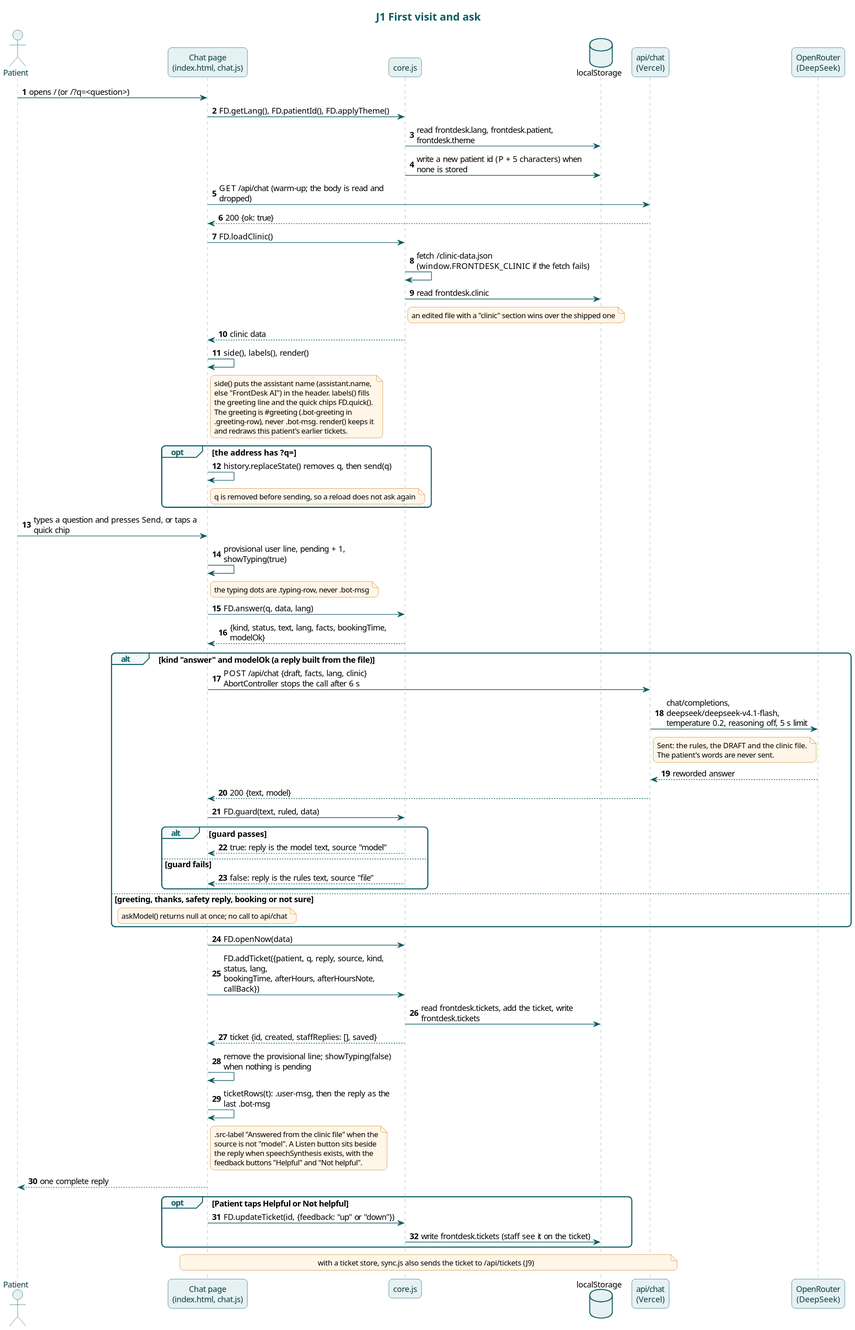
This is docs/diagrams/j1-first-visit-and-ask.svg from karwasanjay007/frontdesk-ai-docs, a PlantUML export, as it was before one commit.
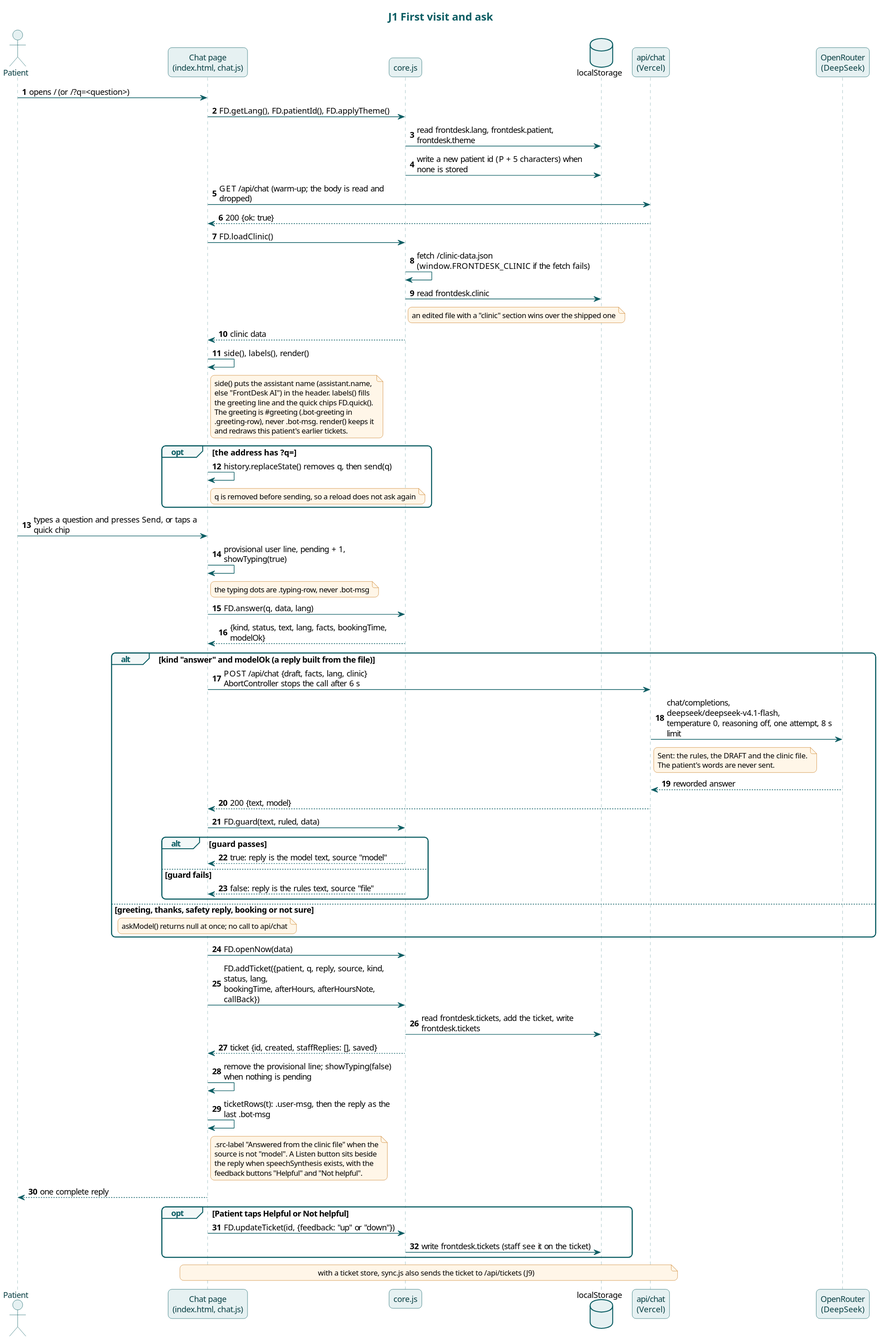
The same diagram one commit later.

What changed in the source:
```diff
@@ -43,7 +43,7 @@
 
 alt kind "answer" and modelOk (a reply built from the file)
   Chat -> API : POST /api/chat {draft, facts, lang, clinic}\nAbortController stops the call after 6 s
-  API -> OR : chat/completions, deepseek/deepseek-v4.1-flash,\ntemperature 0.2, reasoning off, 5 s limit
+  API -> OR : chat/completions, deepseek/deepseek-v4.1-flash,\ntemperature 0, reasoning off, one attempt, 8 s limit
   note right of API
   Sent: the rules, the DRAFT and the clinic file.
   The patient's words are never sent.
```
